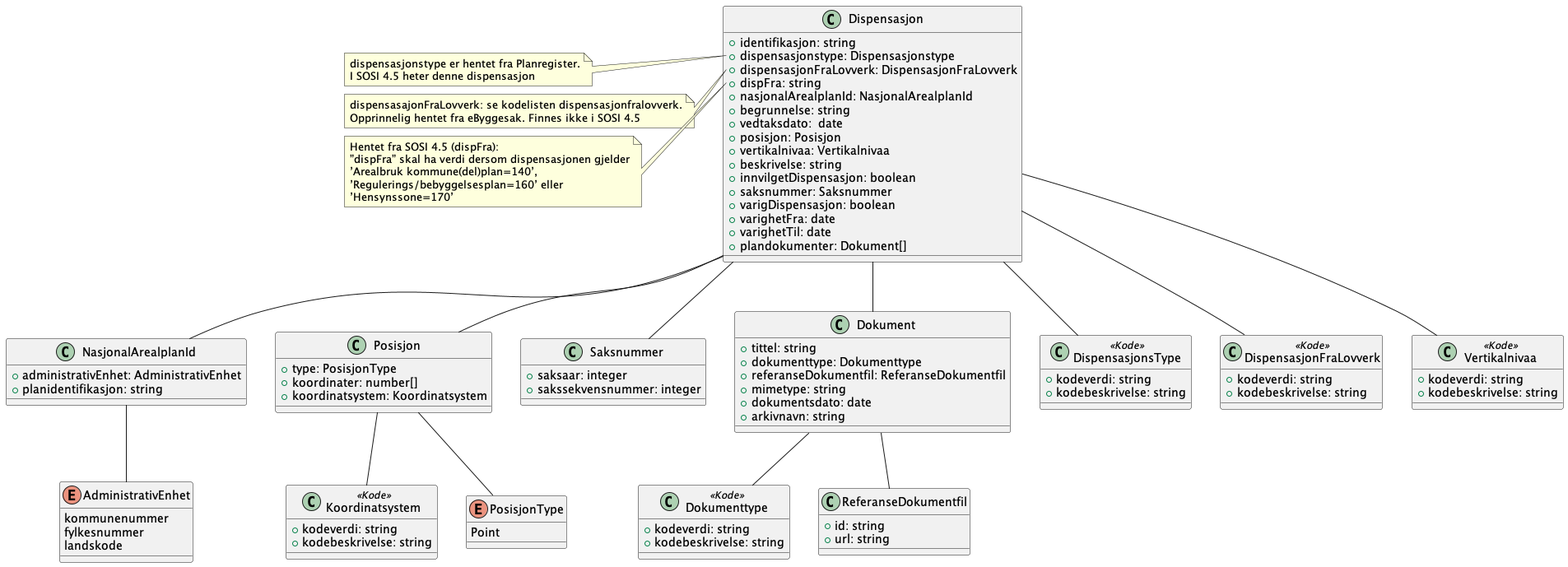
The PlantUML diagram Dokumentasjon/V2/ClassDiagrams/no.ks.fiks.plan.v2.felles.dispensasjon/dispensasjon.png in ks-no/fiks-plan-specification, before a commit.
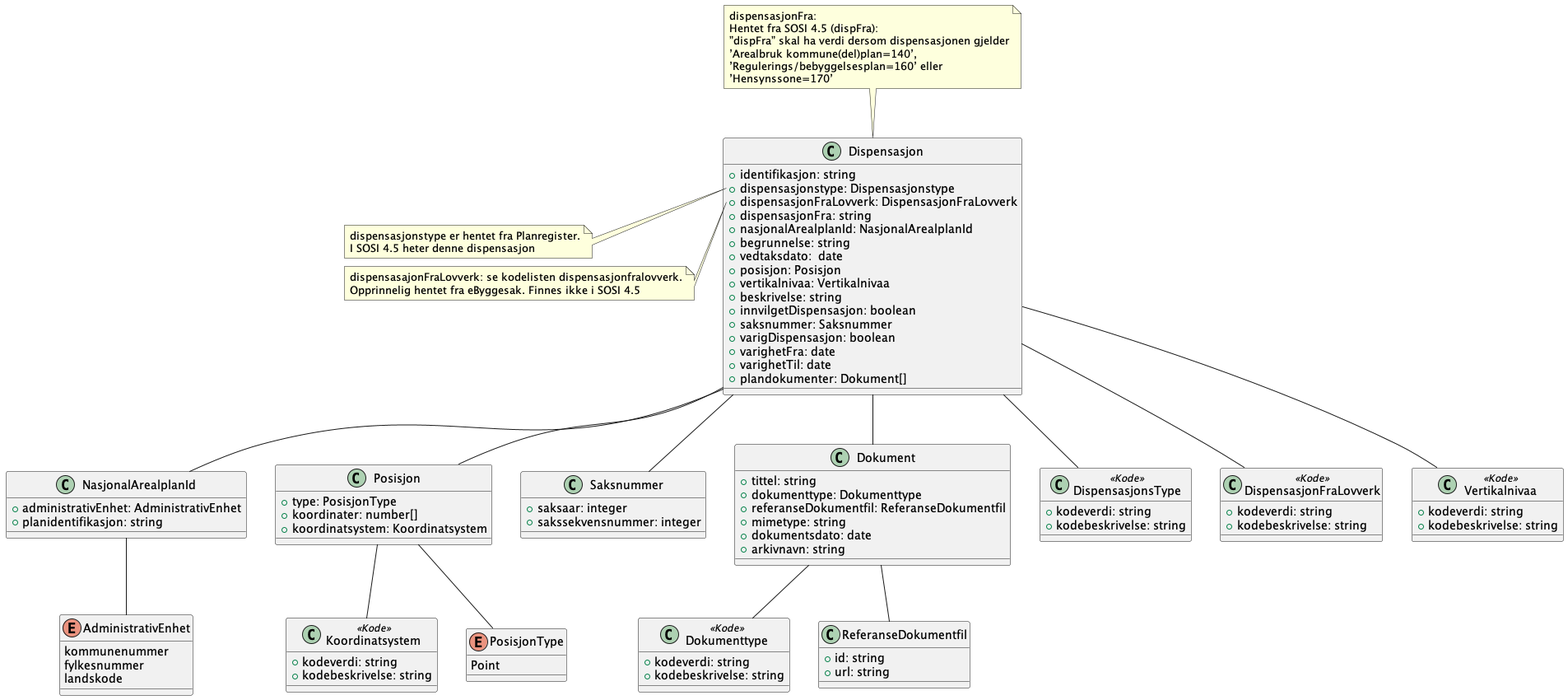
The same file after the commit.

The edit, as a diff of the source:
```diff
@@ -8,7 +8,7 @@
     +identifikasjon: string
     +dispensasjonstype: Dispensasjonstype
     +dispensasjonFraLovverk: DispensasjonFraLovverk
-    +dispFra: string
+    +dispensasjonFra: string
     +nasjonalArealplanId: NasjonalArealplanId
     +begrunnelse: string
     +vedtaksdato:  date
@@ -33,7 +33,8 @@
     Opprinnelig hentet fra eByggesak. Finnes ikke i SOSI 4.5
 end note
 
-note left of Dispensasjon::dispFra
+note top of Dispensasjon
+    dispensasjonFra:
     Hentet fra SOSI 4.5 (dispFra):
     ”dispFra” skal ha verdi dersom dispensasjonen gjelder
     ’Arealbruk kommune(del)plan=140’,
```
